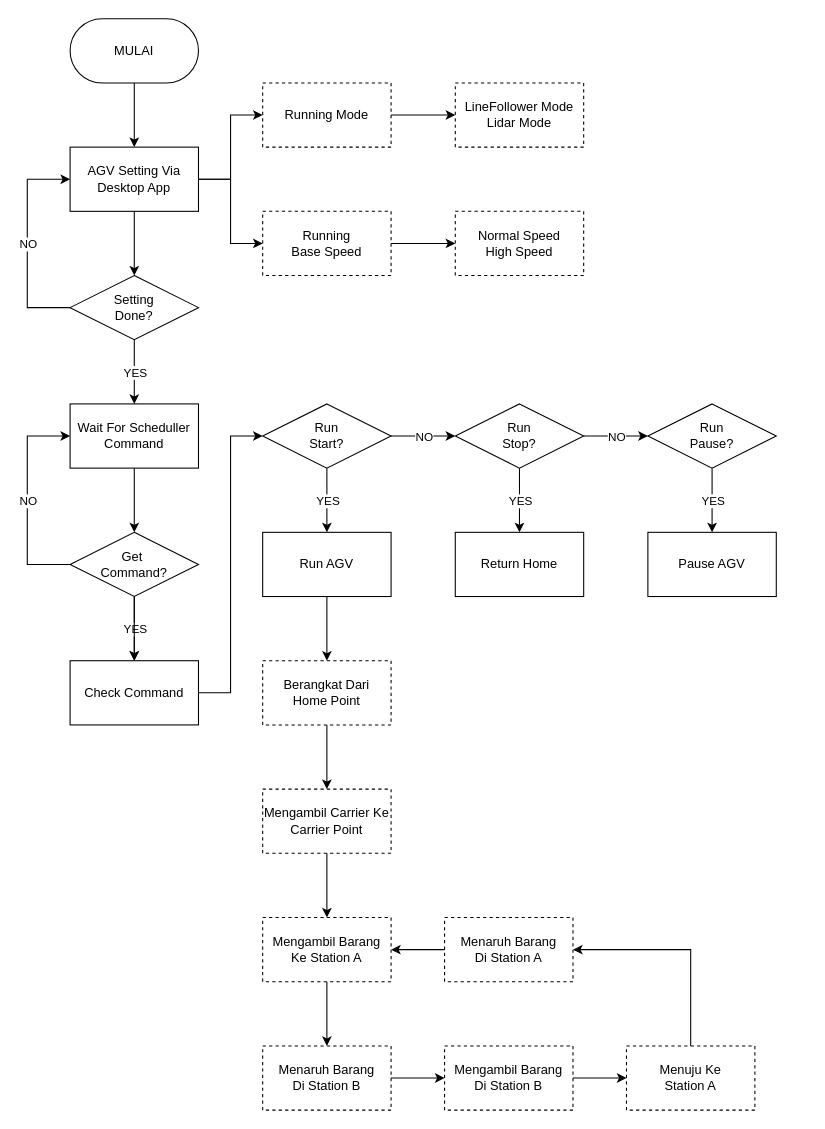
Before: page "Page-3" (3 of 6) of Program/Breakdown/AGV Com Scheduler Diagram.drawio in AlfonsusGiovanni/Automated-Guided-Vehicle, a draw.io diagram. Source tidied: cells renumbered, new cells numbered last; positions are measured from the earlier drawing's top-left corner, leaving out a move shared by most shapes. Both pictures are drawn from the tidied source at 107%, with x=0, y=0 at pixel (27, 18).
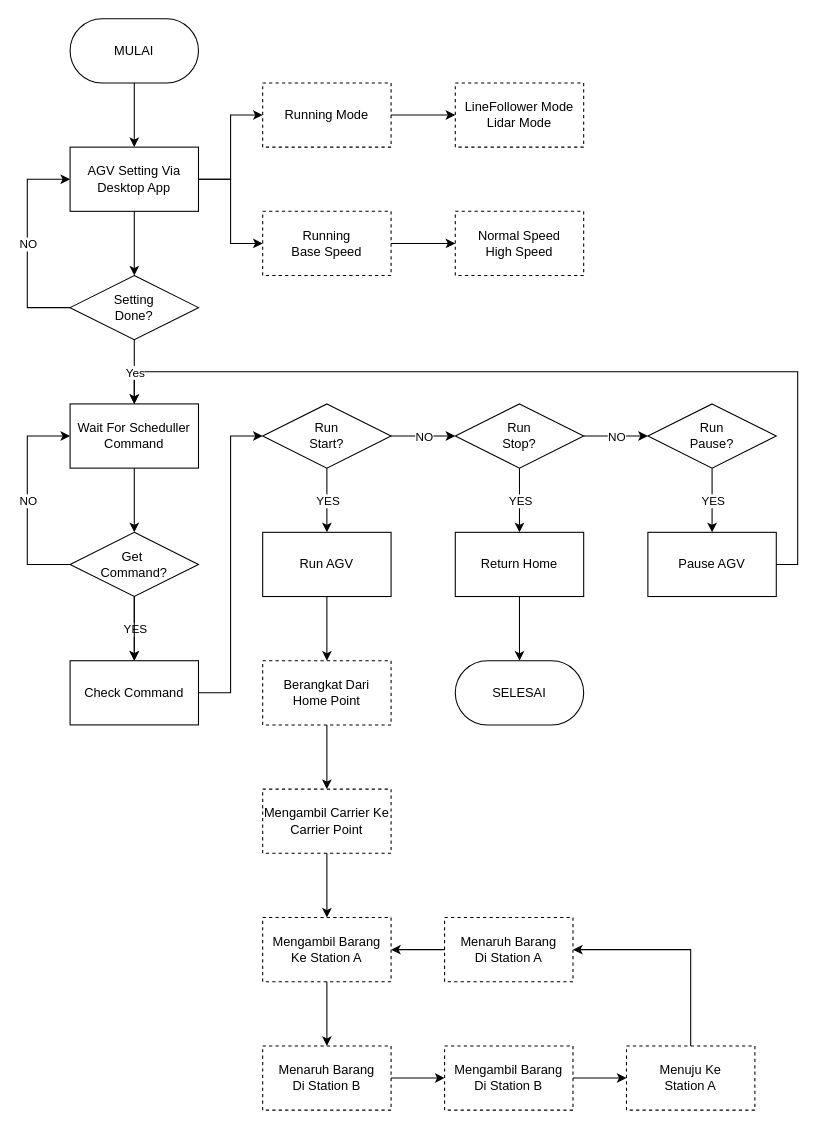
After the change.

Unchanged cells that the change refers to:
```xml
<mxCell id="30" value="Setting&lt;div&gt;Done?&lt;/div&gt;" style="rhombus;whiteSpace=wrap;html=1;fillColor=none;" parent="1" vertex="1">
  <mxGeometry x="40" y="240" width="120" height="60" as="geometry" />
</mxCell>
<mxCell id="32" value="Wait For Scheduller&lt;div&gt;Command&lt;/div&gt;" style="rounded=0;whiteSpace=wrap;html=1;fillColor=none;" parent="1" vertex="1">
  <mxGeometry x="40" y="360" width="120" height="60" as="geometry" />
</mxCell>
<mxCell id="56" value="Return Home" style="rounded=0;whiteSpace=wrap;html=1;fillColor=none;" parent="1" vertex="1">
  <mxGeometry x="400" y="480" width="120" height="60" as="geometry" />
</mxCell>
<mxCell id="57" value="Pause AGV" style="rounded=0;whiteSpace=wrap;html=1;fillColor=none;" parent="1" vertex="1">
  <mxGeometry x="580" y="480" width="120" height="60" as="geometry" />
</mxCell>
```

Diff of the diagram source:
```diff
@@
+    <mxCell id="60" style="edgeStyle=orthogonalEdgeStyle;rounded=0;jettySize=auto;html=1;exitX=1;exitY=0.5;exitDx=0;exitDy=0;entryX=0.5;entryY=0;entryDx=0;entryDy=0;" parent="1" edge="1" source="57" target="32">
+      <mxGeometry relative="1" as="geometry">
+        <Array as="points">
+          <mxPoint x="720" y="510" />
+          <mxPoint x="720" y="330" />
+          <mxPoint x="100" y="330" />
+        </Array>
+      </mxGeometry>
+    </mxCell>
@@
-    <mxCell id="28" style="edgeStyle=orthogonalEdgeStyle;rounded=0;jettySize=auto;html=1;" parent="1" edge="1" source="30" target="32">
+    <mxCell id="28" style="edgeStyle=orthogonalEdgeStyle;rounded=0;jettySize=auto;html=1;exitX=0.5;exitY=1;exitDx=0;exitDy=0;entryX=0.5;entryY=0;entryDx=0;entryDy=0;" parent="1" edge="1" source="30" target="32">
       <mxGeometry relative="1" as="geometry" />
     </mxCell>
-    <mxCell id="29" value="YES" style="edgeLabel;html=1;align=center;verticalAlign=middle;" parent="28" vertex="1">
-      <mxGeometry relative="1" as="geometry" />
-    </mxCell>
+    <mxCell id="61" value="Yes" style="edgeLabel;html=1;align=center;verticalAlign=middle;" parent="28" vertex="1">
+      <mxGeometry relative="1" as="geometry" />
+    </mxCell>
@@
+    <mxCell id="62" style="edgeStyle=orthogonalEdgeStyle;rounded=0;jettySize=auto;html=1;" parent="1" edge="1" source="56" target="63">
+      <mxGeometry relative="1" as="geometry" />
+    </mxCell>
@@
+    <mxCell id="63" value="SELESAI" style="rounded=1;whiteSpace=wrap;html=1;arcSize=50;fillColor=none;" parent="1" vertex="1">
+      <mxGeometry x="400" y="600" width="120" height="60" as="geometry" />
+    </mxCell>
```
